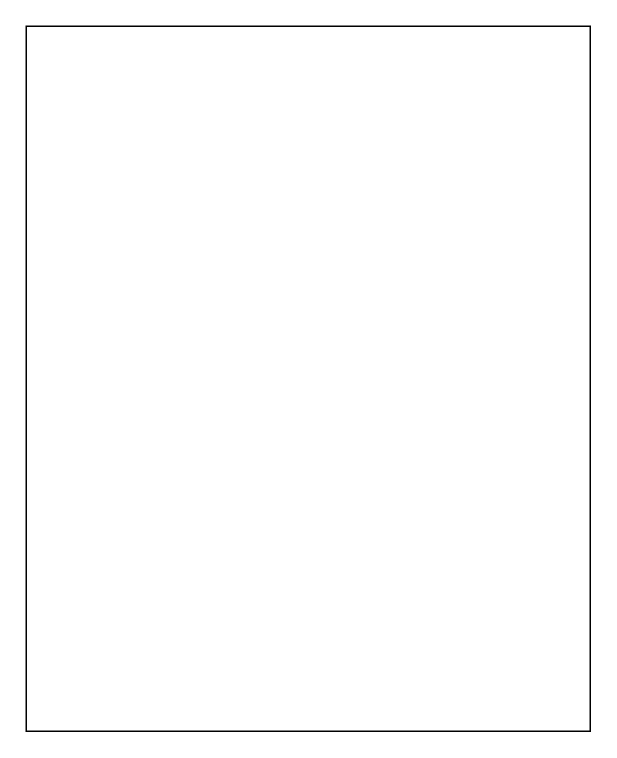
This is prototype.drawio from taiyo-harenohi/IUS, a draw.io file, before an edit. Source tidied: cells renumbered, new cells numbered last; positions are measured from the earlier drawing's top-left corner, leaving out a move shared by most shapes. Both pictures are drawn from the tidied source at 150%, with x=0, y=0 at pixel (26, 26).
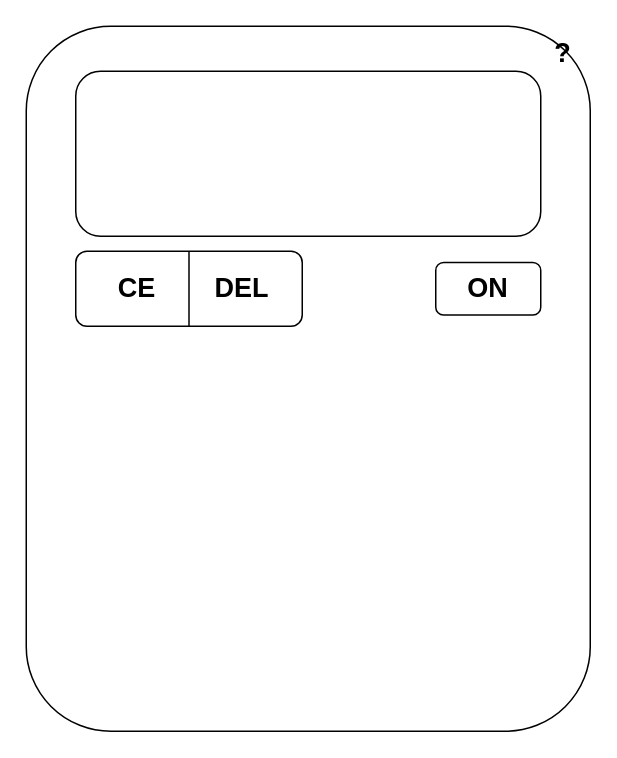
After the change.

What changed in the source:
```diff
@@
 <mxGraphModel>
   <root>
     <mxCell id="0" />
     <mxCell id="1" parent="0" />
-    <mxCell id="2" style="rounded=0;whiteSpace=wrap;html=1;" parent="1" vertex="1">
+    <mxCell id="2" style="rounded=1;whiteSpace=wrap;html=1;" parent="1" vertex="1">
       <mxGeometry width="376" height="470" as="geometry" />
     </mxCell>
+    <mxCell id="3" style="rounded=1;whiteSpace=wrap;html=1;" parent="1" vertex="1">
+      <mxGeometry x="33" y="30" width="310" height="110" as="geometry" />
+    </mxCell>
+    <mxCell id="4" style="rounded=1;whiteSpace=wrap;html=1;" parent="1" vertex="1">
+      <mxGeometry x="33" y="150" width="151" height="50" as="geometry" />
+    </mxCell>
+    <mxCell id="5" style="endArrow=none;html=1;entryX=0.5;entryY=0;entryDx=0;entryDy=0;exitX=0.5;exitY=1;exitDx=0;exitDy=0;" parent="1" edge="1" source="4" target="4">
+      <mxGeometry relative="1" as="geometry" />
+    </mxCell>
+    <mxCell id="6" value="&lt;b&gt;&lt;font style=&quot;font-size: 18px&quot;&gt;CE&lt;/font&gt;&lt;/b&gt;" style="text;html=1;strokeColor=none;fillColor=none;align=center;verticalAlign=middle;whiteSpace=wrap;rounded=0;" parent="1" vertex="1">
+      <mxGeometry x="44" y="162.5" width="60" height="25" as="geometry" />
+    </mxCell>
+    <mxCell id="7" value="&lt;b&gt;&lt;font style=&quot;font-size: 18px&quot;&gt;DEL&lt;/font&gt;&lt;/b&gt;" style="text;html=1;strokeColor=none;fillColor=none;align=center;verticalAlign=middle;whiteSpace=wrap;rounded=0;" parent="1" vertex="1">
+      <mxGeometry x="114" y="162.5" width="60" height="25" as="geometry" />
+    </mxCell>
+    <mxCell id="8" style="rounded=1;whiteSpace=wrap;html=1;" parent="1" vertex="1">
+      <mxGeometry x="273" y="157.5" width="70" height="35" as="geometry" />
+    </mxCell>
+    <mxCell id="9" value="&lt;b&gt;&lt;font style=&quot;font-size: 18px&quot;&gt;ON&lt;/font&gt;&lt;/b&gt;" style="text;html=1;strokeColor=none;fillColor=none;align=center;verticalAlign=middle;whiteSpace=wrap;rounded=0;" parent="1" vertex="1">
+      <mxGeometry x="278" y="162.5" width="60" height="25" as="geometry" />
+    </mxCell>
+    <mxCell id="10" value="&lt;span style=&quot;font-size: 18px&quot;&gt;&lt;b&gt;?&lt;/b&gt;&lt;/span&gt;" style="text;html=1;strokeColor=none;fillColor=none;align=center;verticalAlign=middle;whiteSpace=wrap;rounded=0;" parent="1" vertex="1">
+      <mxGeometry x="343" y="5" width="30" height="25" as="geometry" />
+    </mxCell>
   </root>
 </mxGraphModel>
```
